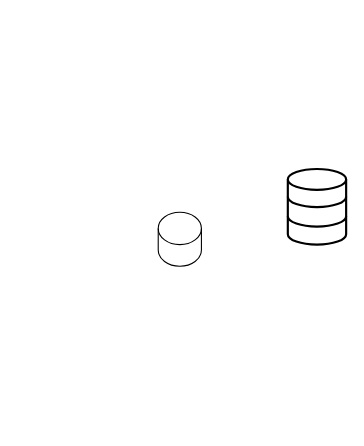
Earlier version of the draw.io diagram Untitled Diagram.drawio (b417h4n/scheme_folder). Source tidied: cells renumbered, new cells numbered last; positions are measured from the earlier drawing's top-left corner, leaving out a move shared by most shapes. Both pictures are drawn from the tidied source at 108%, with x=0, y=0 at pixel (158, 168).
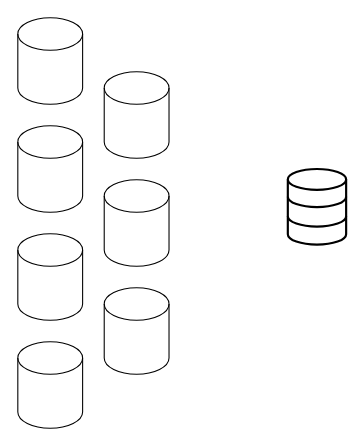
After the change.

Diff of the diagram source:
```diff
@@
 <mxGraphModel>
   <root>
     <mxCell id="0" />
     <mxCell id="1" parent="0" />
-    <mxCell id="2" style="shape=cylinder3;whiteSpace=wrap;html=1;boundedLbl=1;backgroundOutline=1;size=15;" parent="1" vertex="1">
-      <mxGeometry y="40" width="40" height="50" as="geometry" />
-    </mxCell>
     <mxCell id="3" style="html=1;verticalLabelPosition=bottom;align=center;labelBackgroundColor=#ffffff;verticalAlign=top;strokeWidth=2;strokeColor=#000000;shadow=0;dashed=0;shape=mxgraph.ios7.icons.data;" parent="1" vertex="1">
       <mxGeometry x="120" width="54" height="70" as="geometry" />
     </mxCell>
+    <mxCell id="4" style="shape=cylinder3;whiteSpace=wrap;html=1;boundedLbl=1;backgroundOutline=1;size=15;" parent="1" vertex="1">
+      <mxGeometry x="-130" y="-140" width="60" height="80" as="geometry" />
+    </mxCell>
+    <mxCell id="5" style="shape=cylinder3;whiteSpace=wrap;html=1;boundedLbl=1;backgroundOutline=1;size=15;" parent="1" vertex="1">
+      <mxGeometry x="-130" y="-40" width="60" height="80" as="geometry" />
+    </mxCell>
+    <mxCell id="6" style="shape=cylinder3;whiteSpace=wrap;html=1;boundedLbl=1;backgroundOutline=1;size=15;" parent="1" vertex="1">
+      <mxGeometry x="-130" y="60" width="60" height="80" as="geometry" />
+    </mxCell>
+    <mxCell id="7" style="shape=cylinder3;whiteSpace=wrap;html=1;boundedLbl=1;backgroundOutline=1;size=15;" parent="1" vertex="1">
+      <mxGeometry x="-130" y="160" width="60" height="80" as="geometry" />
+    </mxCell>
+    <mxCell id="8" style="shape=cylinder3;whiteSpace=wrap;html=1;boundedLbl=1;backgroundOutline=1;size=15;" parent="1" vertex="1">
+      <mxGeometry x="-50" y="-90" width="60" height="80" as="geometry" />
+    </mxCell>
+    <mxCell id="9" style="shape=cylinder3;whiteSpace=wrap;html=1;boundedLbl=1;backgroundOutline=1;size=15;" parent="1" vertex="1">
+      <mxGeometry x="-50" y="10" width="60" height="80" as="geometry" />
+    </mxCell>
+    <mxCell id="10" style="shape=cylinder3;whiteSpace=wrap;html=1;boundedLbl=1;backgroundOutline=1;size=15;" parent="1" vertex="1">
+      <mxGeometry x="-50" y="110" width="60" height="80" as="geometry" />
+    </mxCell>
   </root>
 </mxGraphModel>
```
